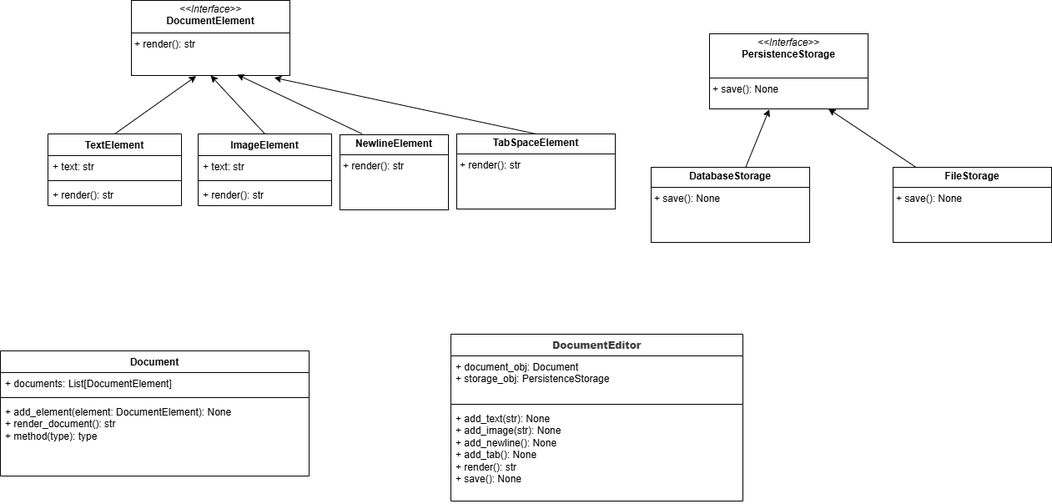
This is Design problems/01. Document Editor/UML.drawio.png from kom3/LLD-Python, a draw.io export, as it was before one commit. Source tidied: cells renumbered, new cells last; positions are measured from the earlier drawing's top-left corner, leaving out a move shared by most shapes.
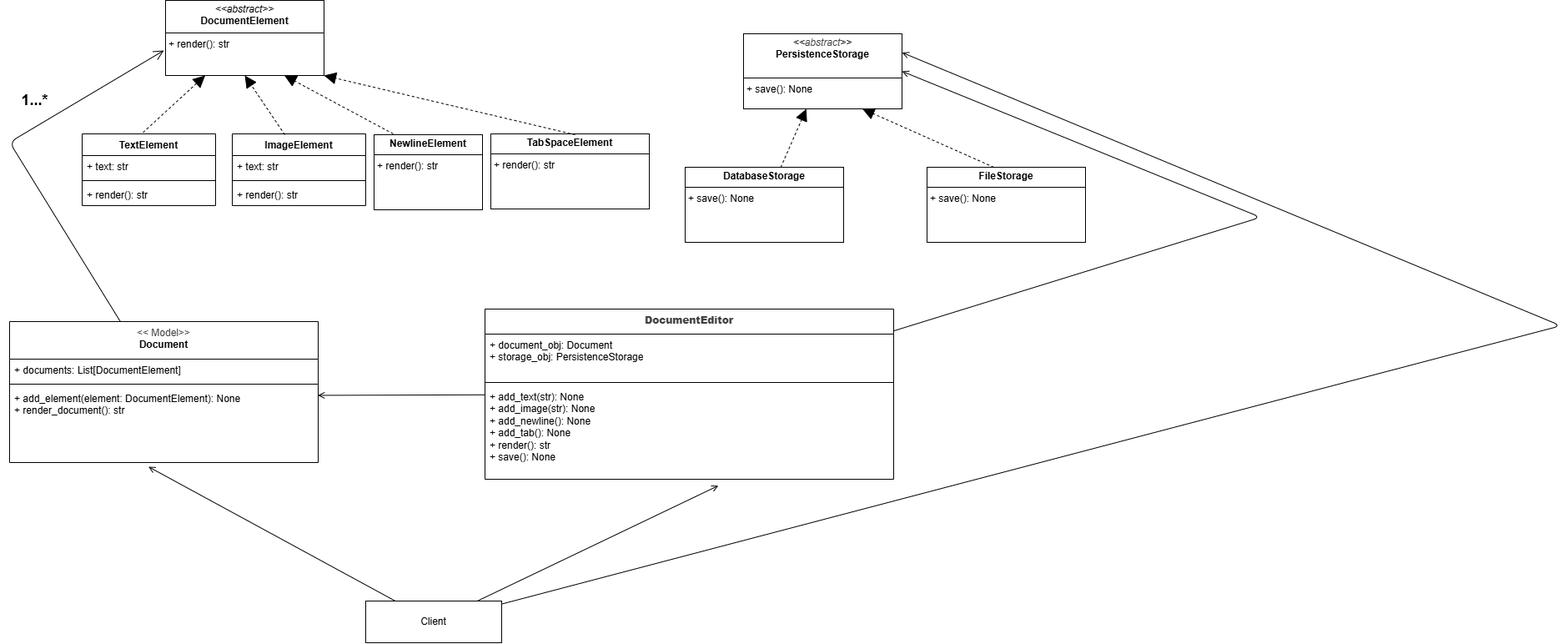
After the change.

Change to the diagram source:
```diff
@@ -2,35 +2,50 @@
   <root>
     <mxCell id="0" />
     <mxCell id="1" parent="0" />
-    <mxCell id="2" value="&lt;p style=&quot;margin:0px;margin-top:4px;text-align:center;&quot;&gt;&lt;i&gt;&amp;lt;&amp;lt;Interface&amp;gt;&amp;gt;&lt;/i&gt;&lt;br&gt;&lt;b&gt;DocumentElement&lt;/b&gt;&lt;/p&gt;&lt;hr size=&quot;1&quot; style=&quot;border-style:solid;&quot;&gt;&lt;p style=&quot;margin:0px;margin-left:4px;&quot;&gt;+ render(): str&lt;br&gt;&lt;/p&gt;" style="verticalAlign=top;align=left;overflow=fill;html=1;whiteSpace=wrap;" parent="1" vertex="1">
+    <mxCell id="2" value="&lt;p style=&quot;margin:0px;margin-top:4px;text-align:center;&quot;&gt;&lt;i&gt;&amp;lt;&amp;lt;abstract&amp;gt;&amp;gt;&lt;/i&gt;&lt;br&gt;&lt;b&gt;DocumentElement&lt;/b&gt;&lt;/p&gt;&lt;hr size=&quot;1&quot; style=&quot;border-style:solid;&quot;&gt;&lt;p style=&quot;margin:0px;margin-left:4px;&quot;&gt;+ render(): str&lt;br&gt;&lt;/p&gt;" style="verticalAlign=top;align=left;overflow=fill;html=1;whiteSpace=wrap;" parent="1" vertex="1">
       <mxGeometry x="157" width="190" height="90" as="geometry" />
     </mxCell>
-    <mxCell id="3" value="&lt;p style=&quot;margin:0px;margin-top:4px;text-align:center;&quot;&gt;&lt;i&gt;&amp;lt;&amp;lt;Interface&amp;gt;&amp;gt;&lt;/i&gt;&lt;br&gt;&lt;b&gt;PersistenceStorage&lt;/b&gt;&lt;/p&gt;&lt;p style=&quot;margin:0px;margin-left:4px;&quot;&gt;&lt;br&gt;&lt;/p&gt;&lt;hr size=&quot;1&quot; style=&quot;border-style:solid;&quot;&gt;&lt;p style=&quot;margin:0px;margin-left:4px;&quot;&gt;+ save(): None&lt;br&gt;&lt;br&gt;&lt;/p&gt;" style="verticalAlign=top;align=left;overflow=fill;html=1;whiteSpace=wrap;" parent="1" vertex="1">
+    <mxCell id="3" value="&lt;p style=&quot;margin:0px;margin-top:4px;text-align:center;&quot;&gt;&lt;i&gt;&amp;lt;&amp;lt;&lt;/i&gt;&lt;i style=&quot;color: rgb(63, 63, 63); scrollbar-color: rgb(226, 226, 226) rgb(251, 251, 251);&quot;&gt;abstract&lt;/i&gt;&lt;i&gt;&amp;gt;&amp;gt;&lt;/i&gt;&lt;br&gt;&lt;b&gt;PersistenceStorage&lt;/b&gt;&lt;/p&gt;&lt;p style=&quot;margin:0px;margin-left:4px;&quot;&gt;&lt;br&gt;&lt;/p&gt;&lt;hr size=&quot;1&quot; style=&quot;border-style:solid;&quot;&gt;&lt;p style=&quot;margin:0px;margin-left:4px;&quot;&gt;+ save(): None&lt;br&gt;&lt;br&gt;&lt;/p&gt;" style="verticalAlign=top;align=left;overflow=fill;html=1;whiteSpace=wrap;" parent="1" vertex="1">
       <mxGeometry x="850" y="40" width="190" height="90" as="geometry" />
     </mxCell>
+    <mxCell id="30" style="edgeStyle=none;html=1;endArrow=open;endFill=0;endSize=10;" parent="1" edge="1" source="4">
+      <mxGeometry relative="1" as="geometry">
+        <mxPoint x="155" y="60" as="targetPoint" />
+        <Array as="points">
+          <mxPoint x="-30" y="170" />
+        </Array>
+      </mxGeometry>
+    </mxCell>
-    <mxCell id="4" value="Document" style="swimlane;fontStyle=1;align=center;verticalAlign=top;horizontal=1;startSize=26;whiteSpace=wrap;html=1;" parent="1" vertex="1">
-      <mxGeometry y="420" width="370" height="150" as="geometry" />
+    <mxCell id="4" value="&lt;span style=&quot;color: rgb(63, 63, 63); font-weight: 400;&quot;&gt;&amp;lt;&amp;lt; Model&amp;gt;&amp;gt;&lt;/span&gt;&lt;div&gt;Document&lt;/div&gt;" style="swimlane;fontStyle=1;align=center;verticalAlign=top;horizontal=1;startSize=45;whiteSpace=wrap;html=1;" parent="1" vertex="1">
+      <mxGeometry x="-30" y="385" width="370" height="169" as="geometry" />
     </mxCell>
     <mxCell id="5" value="+ documents: List[DocumentElement]" style="text;strokeColor=none;fillColor=none;align=left;verticalAlign=top;spacingLeft=4;spacingRight=4;overflow=hidden;whiteSpace=wrap;html=1;" parent="4" vertex="1">
-      <mxGeometry y="26" width="370" height="26" as="geometry" />
+      <mxGeometry y="45" width="370" height="26" as="geometry" />
     </mxCell>
     <mxCell id="6" style="line;strokeWidth=1;fillColor=none;align=left;verticalAlign=middle;spacingTop=-1;spacingLeft=3;spacingRight=3;labelPosition=right;strokeColor=inherit;" parent="4" vertex="1">
-      <mxGeometry y="52" width="370" height="8" as="geometry" />
+      <mxGeometry y="71" width="370" height="8" as="geometry" />
     </mxCell>
-    <mxCell id="7" value="+ add_element(element: DocumentElement): None&lt;div&gt;&lt;span style=&quot;color: rgb(0, 0, 0);&quot;&gt;+ render_document(): str&lt;/span&gt;&lt;/div&gt;&lt;div&gt;&lt;span style=&quot;color: rgb(0, 0, 0);&quot;&gt;&lt;span style=&quot;color: rgb(0, 0, 0);&quot;&gt;+ method(type): type&lt;/span&gt;&lt;/span&gt;&lt;/div&gt;" style="text;strokeColor=none;fillColor=none;align=left;verticalAlign=top;spacingLeft=4;spacingRight=4;overflow=hidden;points=[[0,0.5],[1,0.5]];portConstraint=eastwest;whiteSpace=wrap;html=1;" parent="4" vertex="1">
-      <mxGeometry y="60" width="370" height="90" as="geometry" />
+    <mxCell id="7" value="+ add_element(element: DocumentElement): None&lt;div&gt;&lt;span style=&quot;color: rgb(0, 0, 0);&quot;&gt;+ render_document(): str&lt;/span&gt;&lt;/div&gt;" style="text;strokeColor=none;fillColor=none;align=left;verticalAlign=top;spacingLeft=4;spacingRight=4;overflow=hidden;points=[[0,0.5],[1,0.5]];portConstraint=eastwest;whiteSpace=wrap;html=1;" parent="4" vertex="1">
+      <mxGeometry y="79" width="370" height="90" as="geometry" />
     </mxCell>
+    <mxCell id="31" style="edgeStyle=none;html=1;entryX=1;entryY=0.5;entryDx=0;entryDy=0;endArrow=open;endFill=0;" parent="1" edge="1" source="8" target="3">
+      <mxGeometry relative="1" as="geometry">
+        <Array as="points">
+          <mxPoint x="1470" y="260" />
+        </Array>
+      </mxGeometry>
+    </mxCell>
-    <mxCell id="8" value="&lt;b style=&quot;color: rgb(63, 63, 63); scrollbar-color: rgb(226, 226, 226) rgb(251, 251, 251);&quot;&gt;DocumentEditor&lt;/b&gt;" style="swimlane;fontStyle=1;align=center;verticalAlign=top;horizontal=1;startSize=26;whiteSpace=wrap;html=1;" parent="1" vertex="1">
-      <mxGeometry x="540" y="400" width="350" height="200" as="geometry" />
+    <mxCell id="8" value="&lt;div&gt;&lt;b style=&quot;background-color: transparent; scrollbar-color: rgb(226, 226, 226) rgb(251, 251, 251); color: rgb(63, 63, 63);&quot;&gt;DocumentEditor&lt;/b&gt;&lt;/div&gt;" style="swimlane;fontStyle=1;align=center;verticalAlign=top;horizontal=1;startSize=30;whiteSpace=wrap;html=1;" parent="1" vertex="1">
+      <mxGeometry x="540" y="370" width="490" height="204" as="geometry" />
     </mxCell>
     <mxCell id="9" value="&lt;span style=&quot;color: rgb(0, 0, 0);&quot;&gt;+ document_obj: Document&lt;/span&gt;&lt;div&gt;&lt;span style=&quot;color: rgb(0, 0, 0);&quot;&gt;&lt;span style=&quot;color: rgb(0, 0, 0);&quot;&gt;+ storage_obj: PersistenceStorage&lt;/span&gt;&lt;/span&gt;&lt;/div&gt;" style="text;strokeColor=none;fillColor=none;align=left;verticalAlign=top;spacingLeft=4;spacingRight=4;overflow=hidden;whiteSpace=wrap;html=1;" parent="8" vertex="1">
-      <mxGeometry y="26" width="350" height="54" as="geometry" />
+      <mxGeometry y="30" width="490" height="54" as="geometry" />
     </mxCell>
     <mxCell id="10" style="line;strokeWidth=1;fillColor=none;align=left;verticalAlign=middle;spacingTop=-1;spacingLeft=3;spacingRight=3;labelPosition=right;strokeColor=inherit;" parent="8" vertex="1">
-      <mxGeometry y="80" width="350" height="8" as="geometry" />
+      <mxGeometry y="84" width="490" height="8" as="geometry" />
     </mxCell>
     <mxCell id="11" value="+ add_text(str): None&lt;div&gt;&lt;span style=&quot;color: rgb(0, 0, 0);&quot;&gt;+ add_image(str): None&lt;/span&gt;&lt;/div&gt;&lt;div&gt;&lt;span style=&quot;color: rgb(0, 0, 0);&quot;&gt;+ add_newline(): None&lt;/span&gt;&lt;span style=&quot;color: rgb(0, 0, 0);&quot;&gt;&lt;/span&gt;&lt;/div&gt;&lt;div&gt;&lt;span style=&quot;color: rgb(0, 0, 0);&quot;&gt;+ add_tab(): None&lt;/span&gt;&lt;span style=&quot;color: rgb(0, 0, 0);&quot;&gt;&lt;/span&gt;&lt;/div&gt;&lt;div&gt;&lt;span style=&quot;color: rgb(0, 0, 0);&quot;&gt;+ render(): str&lt;/span&gt;&lt;span style=&quot;color: rgb(0, 0, 0);&quot;&gt;&lt;/span&gt;&lt;/div&gt;&lt;div&gt;&lt;span style=&quot;color: rgb(0, 0, 0);&quot;&gt;+ save(): None&lt;/span&gt;&lt;span style=&quot;color: rgb(0, 0, 0);&quot;&gt;&lt;/span&gt;&lt;/div&gt;" style="text;strokeColor=none;fillColor=none;align=left;verticalAlign=top;spacingLeft=4;spacingRight=4;overflow=hidden;points=[[0,0.5],[1,0.5]];portConstraint=eastwest;whiteSpace=wrap;html=1;" parent="8" vertex="1">
-      <mxGeometry y="88" width="350" height="112" as="geometry" />
+      <mxGeometry y="92" width="490" height="112" as="geometry" />
     </mxCell>
     <mxCell id="12" value="TextElement" style="swimlane;fontStyle=1;align=center;verticalAlign=top;horizontal=1;startSize=26;whiteSpace=wrap;html=1;" parent="1" vertex="1">
       <mxGeometry x="57" y="160" width="160" height="86" as="geometry" />
@@ -44,9 +59,6 @@
     <mxCell id="15" value="+ render(): str" style="text;strokeColor=none;fillColor=none;align=left;verticalAlign=top;spacingLeft=4;spacingRight=4;overflow=hidden;whiteSpace=wrap;html=1;" parent="12" vertex="1">
       <mxGeometry y="60" width="160" height="26" as="geometry" />
     </mxCell>
-    <mxCell id="16" style="edgeStyle=none;html=1;exitX=0.5;exitY=0;exitDx=0;exitDy=0;entryX=0.5;entryY=1;entryDx=0;entryDy=0;" parent="1" edge="1" source="17" target="2">
-      <mxGeometry relative="1" as="geometry" />
-    </mxCell>
     <mxCell id="17" value="ImageElement" style="swimlane;fontStyle=1;align=center;verticalAlign=top;horizontal=1;startSize=26;whiteSpace=wrap;html=1;" parent="1" vertex="1">
       <mxGeometry x="237" y="160" width="160" height="86" as="geometry" />
     </mxCell>
@@ -59,34 +71,67 @@
     <mxCell id="20" value="+ render(): str" style="text;strokeColor=none;fillColor=none;align=left;verticalAlign=top;spacingLeft=4;spacingRight=4;overflow=hidden;whiteSpace=wrap;html=1;" parent="17" vertex="1">
       <mxGeometry y="60" width="160" height="26" as="geometry" />
     </mxCell>
-    <mxCell id="21" style="edgeStyle=none;html=1;exitX=0.5;exitY=0;exitDx=0;exitDy=0;entryX=0.409;entryY=1.008;entryDx=0;entryDy=0;entryPerimeter=0;" parent="1" edge="1" source="12" target="2">
-      <mxGeometry relative="1" as="geometry" />
-    </mxCell>
-    <mxCell id="22" style="edgeStyle=none;html=1;entryX=0.667;entryY=0.988;entryDx=0;entryDy=0;entryPerimeter=0;" parent="1" edge="1" target="2">
-      <mxGeometry relative="1" as="geometry">
-        <mxPoint x="433.7" y="160" as="sourcePoint" />
-      </mxGeometry>
-    </mxCell>
-    <mxCell id="23" style="edgeStyle=none;html=1;entryX=0.901;entryY=1.029;entryDx=0;entryDy=0;entryPerimeter=0;exitX=0.5;exitY=0;exitDx=0;exitDy=0;" parent="1" edge="1" source="24" target="2">
-      <mxGeometry relative="1" as="geometry" />
-    </mxCell>
     <mxCell id="24" value="&lt;p style=&quot;margin:0px;margin-top:4px;text-align:center;&quot;&gt;&lt;span style=&quot;color: rgb(0, 0, 0); font-weight: 700;&quot;&gt;TabSpaceElement&lt;/span&gt;&lt;/p&gt;&lt;hr size=&quot;1&quot; style=&quot;border-style:solid;&quot;&gt;&lt;p style=&quot;margin:0px;margin-left:4px;&quot;&gt;+ render(): str&lt;br&gt;&lt;/p&gt;" style="verticalAlign=top;align=left;overflow=fill;html=1;whiteSpace=wrap;" parent="1" vertex="1">
       <mxGeometry x="547" y="160" width="190" height="90" as="geometry" />
     </mxCell>
     <mxCell id="25" value="&lt;p style=&quot;margin:0px;margin-top:4px;text-align:center;&quot;&gt;&lt;span style=&quot;color: rgb(0, 0, 0); font-weight: 700;&quot;&gt;NewlineElement&lt;/span&gt;&lt;/p&gt;&lt;hr size=&quot;1&quot; style=&quot;border-style:solid;&quot;&gt;&lt;p style=&quot;margin:0px;margin-left:4px;&quot;&gt;+ render(): str&lt;br&gt;&lt;/p&gt;" style="verticalAlign=top;align=left;overflow=fill;html=1;whiteSpace=wrap;" parent="1" vertex="1">
       <mxGeometry x="407" y="161" width="130" height="90" as="geometry" />
     </mxCell>
+    <mxCell id="28" style="edgeStyle=none;html=1;startArrow=none;startFill=0;dashed=1;endArrow=block;endFill=1;endSize=12;" parent="1" edge="1" source="26" target="3">
+      <mxGeometry relative="1" as="geometry" />
+    </mxCell>
     <mxCell id="26" value="&lt;p style=&quot;margin:0px;margin-top:4px;text-align:center;&quot;&gt;&lt;span style=&quot;color: rgb(0, 0, 0); font-weight: 700;&quot;&gt;DatabaseStorage&lt;/span&gt;&lt;/p&gt;&lt;hr size=&quot;1&quot; style=&quot;border-style:solid;&quot;&gt;&lt;p style=&quot;margin:0px;margin-left:4px;&quot;&gt;+ save(): None&lt;br&gt;&lt;/p&gt;" style="verticalAlign=top;align=left;overflow=fill;html=1;whiteSpace=wrap;" parent="1" vertex="1">
       <mxGeometry x="780" y="200" width="190" height="90" as="geometry" />
     </mxCell>
     <mxCell id="27" value="&lt;p style=&quot;margin:0px;margin-top:4px;text-align:center;&quot;&gt;&lt;span style=&quot;color: rgb(0, 0, 0); font-weight: 700;&quot;&gt;FileStorage&lt;/span&gt;&lt;/p&gt;&lt;hr size=&quot;1&quot; style=&quot;border-style:solid;&quot;&gt;&lt;p style=&quot;margin:0px;margin-left:4px;&quot;&gt;+ save(): None&lt;br&gt;&lt;/p&gt;" style="verticalAlign=top;align=left;overflow=fill;html=1;whiteSpace=wrap;" parent="1" vertex="1">
       <mxGeometry x="1070" y="200" width="190" height="90" as="geometry" />
     </mxCell>
-    <mxCell id="28" style="edgeStyle=none;html=1;entryX=0.377;entryY=1.006;entryDx=0;entryDy=0;entryPerimeter=0;" parent="1" edge="1" source="26" target="3">
-      <mxGeometry relative="1" as="geometry" />
-    </mxCell>
-    <mxCell id="29" style="edgeStyle=none;html=1;entryX=0.75;entryY=1;entryDx=0;entryDy=0;" parent="1" edge="1" source="27" target="3">
-      <mxGeometry relative="1" as="geometry" />
-    </mxCell>
+    <mxCell id="32" style="endArrow=block;dashed=1;endFill=1;endSize=12;html=1;entryX=0.25;entryY=1;entryDx=0;entryDy=0;" parent="1" edge="1" target="2">
+      <mxGeometry relative="1" as="geometry">
+        <mxPoint x="130" y="158.3" as="sourcePoint" />
+      </mxGeometry>
+    </mxCell>
+    <mxCell id="33" style="endArrow=block;dashed=1;endFill=1;endSize=12;html=1;entryX=0.5;entryY=1;entryDx=0;entryDy=0;" parent="1" edge="1" target="2">
+      <mxGeometry relative="1" as="geometry">
+        <mxPoint x="300" y="161" as="sourcePoint" />
+      </mxGeometry>
+    </mxCell>
+    <mxCell id="34" style="endArrow=block;dashed=1;endFill=1;endSize=12;html=1;entryX=0.75;entryY=1;entryDx=0;entryDy=0;" parent="1" edge="1" target="2">
+      <mxGeometry relative="1" as="geometry">
+        <mxPoint x="430" y="160" as="sourcePoint" />
+      </mxGeometry>
+    </mxCell>
+    <mxCell id="35" style="endArrow=block;dashed=1;endFill=1;endSize=12;html=1;entryX=1;entryY=1;entryDx=0;entryDy=0;" parent="1" edge="1" target="2">
+      <mxGeometry relative="1" as="geometry">
+        <mxPoint x="648" y="161" as="sourcePoint" />
+      </mxGeometry>
+    </mxCell>
+    <mxCell id="36" style="edgeStyle=none;html=1;startArrow=none;startFill=0;dashed=1;endArrow=block;endFill=1;entryX=0.75;entryY=1;entryDx=0;entryDy=0;endSize=12;" parent="1" edge="1" target="3">
+      <mxGeometry relative="1" as="geometry">
+        <mxPoint x="1150" y="200" as="sourcePoint" />
+      </mxGeometry>
+    </mxCell>
+    <mxCell id="37" value="&lt;b&gt;&lt;font style=&quot;font-size: 18px;&quot;&gt;1...*&lt;/font&gt;&lt;/b&gt;" style="text;html=1;align=center;verticalAlign=middle;strokeColor=none;fillColor=none;" parent="1" vertex="1">
+      <mxGeometry x="-30" y="100" width="60" height="40" as="geometry" />
+    </mxCell>
+    <mxCell id="38" style="edgeStyle=none;html=1;entryX=0.999;entryY=0.105;entryDx=0;entryDy=0;entryPerimeter=0;endArrow=open;endFill=0;" parent="1" edge="1" source="8" target="7">
+      <mxGeometry relative="1" as="geometry" />
+    </mxCell>
+    <mxCell id="39" style="edgeStyle=none;html=1;entryX=1;entryY=0.25;entryDx=0;entryDy=0;endArrow=open;endFill=0;" parent="1" edge="1" source="40" target="3">
+      <mxGeometry relative="1" as="geometry">
+        <Array as="points">
+          <mxPoint x="1830" y="390" />
+        </Array>
+      </mxGeometry>
+    </mxCell>
+    <mxCell id="40" value="Client" style="html=1;whiteSpace=wrap;" parent="1" vertex="1">
+      <mxGeometry x="397" y="720" width="163" height="50" as="geometry" />
+    </mxCell>
+    <mxCell id="41" style="edgeStyle=none;html=1;entryX=0.571;entryY=1.069;entryDx=0;entryDy=0;entryPerimeter=0;endArrow=open;endFill=0;" parent="1" edge="1" source="40" target="11">
+      <mxGeometry relative="1" as="geometry" />
+    </mxCell>
+    <mxCell id="42" style="edgeStyle=none;html=1;entryX=0.45;entryY=1.056;entryDx=0;entryDy=0;entryPerimeter=0;endArrow=open;endFill=0;" parent="1" edge="1" source="40" target="7">
+      <mxGeometry relative="1" as="geometry" />
+    </mxCell>
   </root>
 </mxGraphModel>
```
